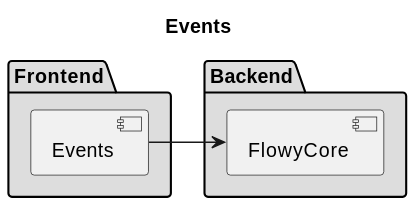
Earlier version of the PlantUML export uml/output/inter_process_commuciate-Events.svg (AppFlowy-IO/AppFlowy-Docs).
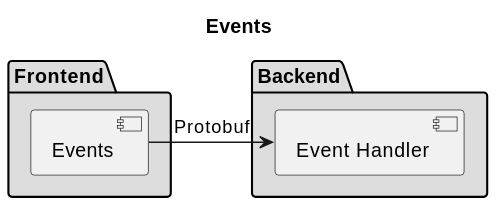
After the commit.

Diff of the diagram source:
```diff
@@ -6,8 +6,8 @@
 }
 
 package "Backend" #DDDDDD {
-    component FlowyCore
+    component EventHandler as "Event Handler"
 }
 
-FlowyCore <-l- Events
+EventHandler <-l- Events: Protobuf
 @enduml
```
